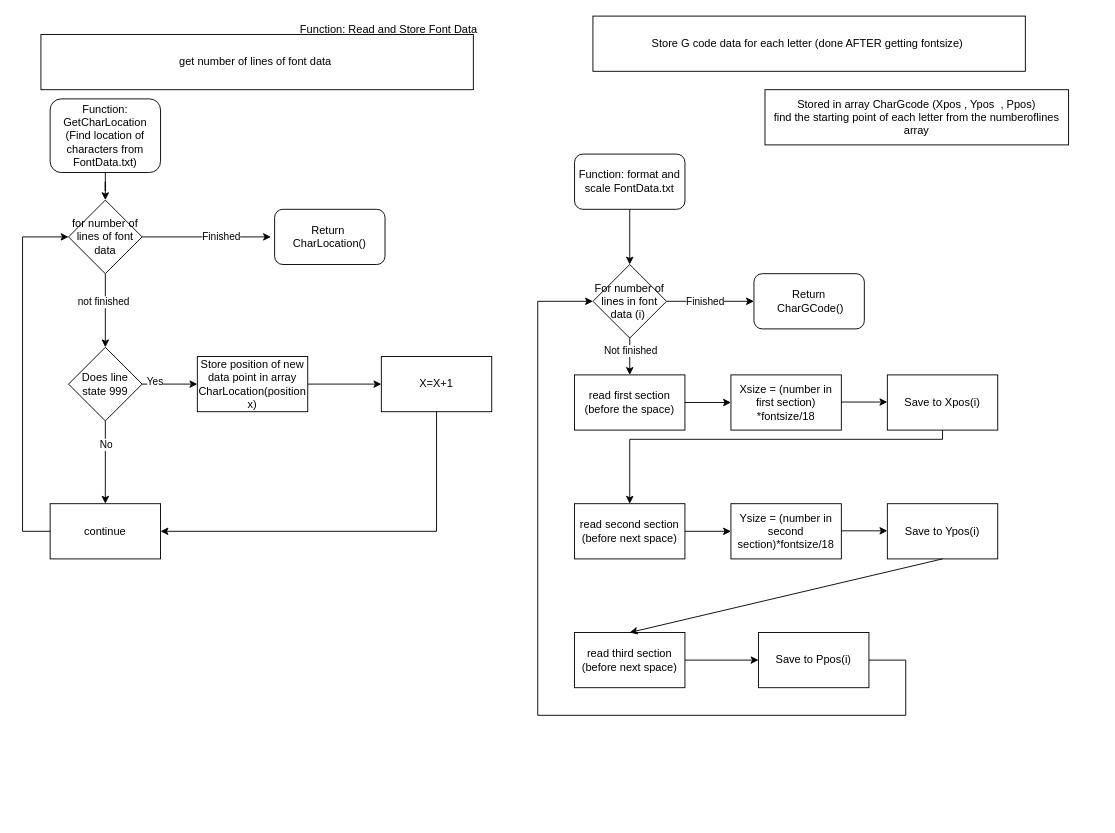
EBlagdon/MMME3085-Coursework-2 keeps this draw.io diagram as CW2 Function Read and store Font Data.drawio. Above is the earlier version. Source tidied: cells renumbered, new cells numbered last; positions are measured from the earlier drawing's top-left corner, leaving out a move shared by most shapes. Both pictures are drawn from the tidied source at 92%, with x=0, y=0 at pixel (22, 16).
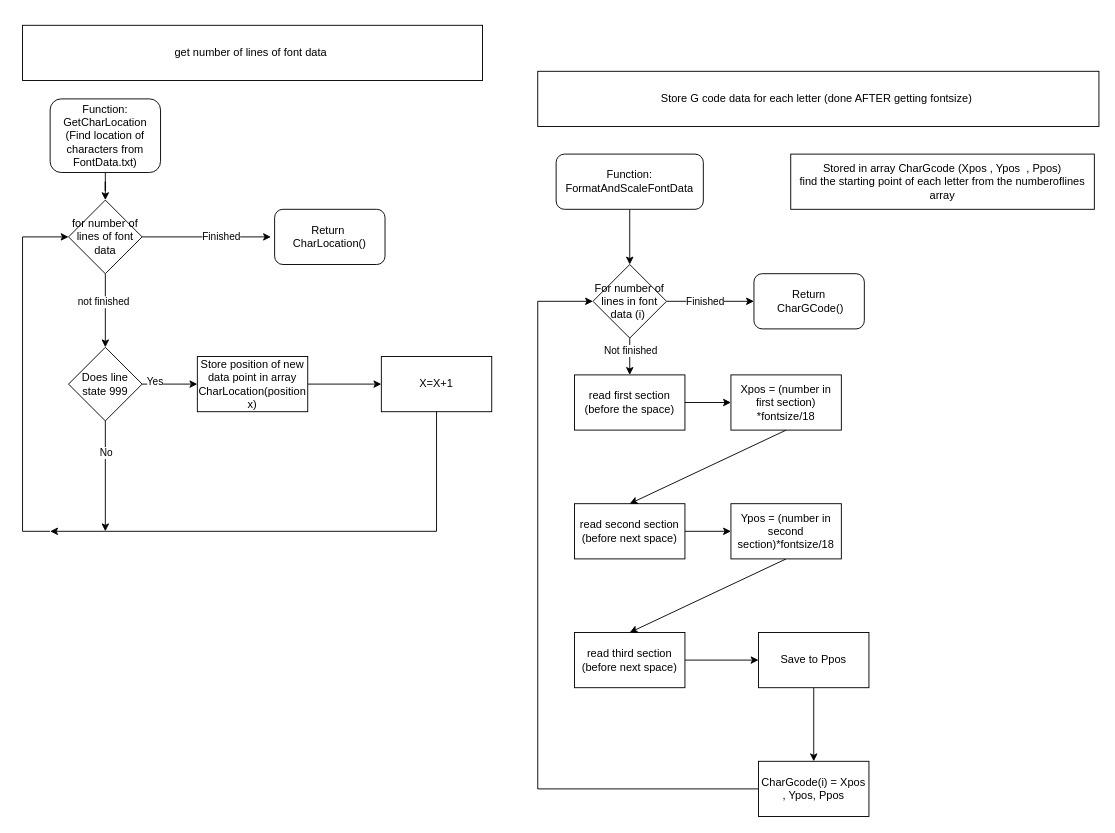
The same diagram, later.

The change refers to these unchanged cells:
```xml
<mxCell id="6" value="for number of lines of font data" style="rhombus;whiteSpace=wrap;html=1;rounded=0;" parent="1" vertex="1">
  <mxGeometry x="50" y="200" width="80" height="80" as="geometry" />
</mxCell>
<mxCell id="11" value="Does line state 999" style="rhombus;whiteSpace=wrap;html=1;rounded=0;" parent="1" vertex="1">
  <mxGeometry x="50" y="360" width="80" height="80" as="geometry" />
</mxCell>
<mxCell id="15" value="X=X+1" style="whiteSpace=wrap;html=1;rounded=0;" parent="1" vertex="1">
  <mxGeometry x="390" y="370" width="120" height="60" as="geometry" />
</mxCell>
<mxCell id="24" value="For number of lines in font data (i)&amp;nbsp;" style="rhombus;whiteSpace=wrap;html=1;" parent="1" vertex="1">
  <mxGeometry x="620" y="270" width="80" height="80" as="geometry" />
</mxCell>
<mxCell id="27" value="read second section (before next space)" style="whiteSpace=wrap;html=1;" parent="1" vertex="1">
  <mxGeometry x="600" y="530" width="120" height="60" as="geometry" />
</mxCell>
```

Diff of the diagram source:
```diff
@@
-    <mxCell id="2" value="Function: Read and Store Font Data&amp;nbsp;" style="text;html=1;whiteSpace=wrap;strokeColor=none;fillColor=none;align=center;verticalAlign=middle;rounded=0;" parent="1" vertex="1">
-      <mxGeometry x="160" width="480" height="30" as="geometry" />
-    </mxCell>
     <mxCell id="3" value="get number of lines of font data&amp;nbsp;" style="rounded=0;whiteSpace=wrap;html=1;" parent="1" vertex="1">
-      <mxGeometry x="20" y="20" width="470" height="60" as="geometry" />
+      <mxGeometry y="10" width="500" height="60" as="geometry" />
     </mxCell>
@@
-    <mxCell id="7" style="edgeStyle=orthogonalEdgeStyle;rounded=0;jettySize=auto;html=1;" parent="1" edge="1" source="11" target="12">
-      <mxGeometry relative="1" as="geometry" />
+    <mxCell id="7" style="edgeStyle=orthogonalEdgeStyle;rounded=0;jettySize=auto;html=1;" parent="1" edge="1" source="11">
+      <mxGeometry relative="1" as="geometry">
+        <mxPoint x="90" y="560" as="targetPoint" />
+      </mxGeometry>
     </mxCell>
@@
-    <mxCell id="12" value="continue" style="whiteSpace=wrap;html=1;rounded=0;" parent="1" vertex="1">
-      <mxGeometry x="30" y="530" width="120" height="60" as="geometry" />
-    </mxCell>
@@
-    <mxCell id="16" style="endArrow=classic;html=1;rounded=0;exitX=0;exitY=0.5;exitDx=0;exitDy=0;entryX=0;entryY=0.5;entryDx=0;entryDy=0;" parent="1" edge="1" source="12" target="6">
+    <mxCell id="16" style="endArrow=classic;html=1;rounded=0;exitX=0;exitY=0.5;exitDx=0;exitDy=0;entryX=0;entryY=0.5;entryDx=0;entryDy=0;" parent="1" edge="1" target="6">
       <mxGeometry relative="1" as="geometry">
+        <mxPoint x="30" y="560" as="sourcePoint" />
         <Array as="points">
           <mxPoint y="560" />
           <mxPoint y="240" />
         </Array>
       </mxGeometry>
     </mxCell>
-    <mxCell id="17" style="endArrow=classic;html=1;rounded=0;exitX=0.5;exitY=1;exitDx=0;exitDy=0;entryX=1;entryY=0.5;entryDx=0;entryDy=0;" parent="1" edge="1" source="15" target="12">
+    <mxCell id="17" style="endArrow=classic;html=1;rounded=0;exitX=0.5;exitY=1;exitDx=0;exitDy=0;" parent="1" edge="1" source="15">
       <mxGeometry relative="1" as="geometry">
+        <mxPoint x="30" y="560" as="targetPoint" />
         <Array as="points">
           <mxPoint x="450" y="560" />
         </Array>
       </mxGeometry>
     </mxCell>
     <mxCell id="18" value="Store G code data for each letter (done AFTER getting fontsize)&amp;nbsp;" style="rounded=0;whiteSpace=wrap;html=1;" parent="1" vertex="1">
-      <mxGeometry x="620" width="470" height="60" as="geometry" />
+      <mxGeometry x="560" y="60" width="610" height="60" as="geometry" />
     </mxCell>
     <mxCell id="19" value="Stored in array CharGcode (Xpos , Ypos&amp;nbsp; , Ppos)&lt;div&gt;find the starting point of each letter from the numberoflines array&lt;/div&gt;" style="rounded=0;whiteSpace=wrap;html=1;" parent="1" vertex="1">
-      <mxGeometry x="807" y="80" width="330" height="60" as="geometry" />
+      <mxGeometry x="835" y="150" width="330" height="60" as="geometry" />
     </mxCell>
@@
-    <mxCell id="26" value="Save to Xpos(i)" style="whiteSpace=wrap;html=1;" parent="1" vertex="1">
-      <mxGeometry x="940" y="390" width="120" height="60" as="geometry" />
-    </mxCell>
@@
-    <mxCell id="28" value="Save to Ypos(i)" style="whiteSpace=wrap;html=1;" parent="1" vertex="1">
-      <mxGeometry x="940" y="530" width="120" height="60" as="geometry" />
-    </mxCell>
@@
+    <mxCell id="49" style="edgeStyle=orthogonalEdgeStyle;rounded=0;jettySize=auto;html=1;" parent="1" edge="1" source="31" target="50">
+      <mxGeometry relative="1" as="geometry" />
+    </mxCell>
-    <mxCell id="31" value="Save to Ppos(i)" style="whiteSpace=wrap;html=1;" parent="1" vertex="1">
+    <mxCell id="31" value="Save to Ppos" style="whiteSpace=wrap;html=1;" parent="1" vertex="1">
       <mxGeometry x="800" y="670" width="120" height="60" as="geometry" />
     </mxCell>
-    <mxCell id="32" style="endArrow=classic;html=1;rounded=0;exitX=1;exitY=0.5;exitDx=0;exitDy=0;entryX=0;entryY=0.5;entryDx=0;entryDy=0;" parent="1" edge="1" source="31" target="24">
-      <mxGeometry relative="1" as="geometry">
-        <Array as="points">
-          <mxPoint x="960" y="700" />
-          <mxPoint x="960" y="760" />
-          <mxPoint x="560" y="760" />
-          <mxPoint x="560" y="310" />
-        </Array>
-      </mxGeometry>
-    </mxCell>
-    <mxCell id="33" style="endArrow=classic;html=1;rounded=0;exitX=0.5;exitY=1;exitDx=0;exitDy=0;entryX=0.5;entryY=0;entryDx=0;entryDy=0;" parent="1" edge="1" source="26" target="27">
-      <mxGeometry relative="1" as="geometry">
-        <Array as="points">
-          <mxPoint x="1000" y="460" />
-          <mxPoint x="660" y="460" />
-        </Array>
-      </mxGeometry>
-    </mxCell>
-    <mxCell id="34" style="endArrow=classic;html=1;rounded=0;exitX=0.5;exitY=1;exitDx=0;exitDy=0;entryX=0.5;entryY=0;entryDx=0;entryDy=0;" parent="1" edge="1" source="28">
+    <mxCell id="34" style="endArrow=classic;html=1;rounded=0;entryX=0.5;entryY=0;entryDx=0;entryDy=0;exitX=0.5;exitY=1;exitDx=0;exitDy=0;" parent="1" edge="1" source="38">
       <mxGeometry relative="1" as="geometry">
         <mxPoint x="660" y="670" as="targetPoint" />
       </mxGeometry>
     </mxCell>
-    <mxCell id="35" value="Xsize = (number in first section) *fontsize/18" style="rounded=0;whiteSpace=wrap;html=1;" parent="1" vertex="1">
+    <mxCell id="35" value="Xpos = (number in first section) *fontsize/18" style="rounded=0;whiteSpace=wrap;html=1;" parent="1" vertex="1">
       <mxGeometry x="770" y="390" width="120" height="60" as="geometry" />
     </mxCell>
@@
-    <mxCell id="37" style="endArrow=classic;html=1;rounded=0;exitX=1;exitY=0.5;exitDx=0;exitDy=0;" parent="1" edge="1">
-      <mxGeometry relative="1" as="geometry">
-        <mxPoint x="890" y="419.5" as="sourcePoint" />
-        <mxPoint x="940" y="419.5" as="targetPoint" />
-      </mxGeometry>
-    </mxCell>
-    <mxCell id="38" value="Ysize = (number in second section)*fontsize/18" style="rounded=0;whiteSpace=wrap;html=1;" parent="1" vertex="1">
+    <mxCell id="38" value="Ypos = (number in second section)*fontsize/18" style="rounded=0;whiteSpace=wrap;html=1;" parent="1" vertex="1">
       <mxGeometry x="770" y="530" width="120" height="60" as="geometry" />
     </mxCell>
@@
-    <mxCell id="40" style="endArrow=classic;html=1;rounded=0;exitX=1;exitY=0.5;exitDx=0;exitDy=0;" parent="1" edge="1">
-      <mxGeometry relative="1" as="geometry">
-        <mxPoint x="890" y="559.5" as="sourcePoint" />
-        <mxPoint x="940" y="559.5" as="targetPoint" />
-      </mxGeometry>
-    </mxCell>
@@
-    <mxCell id="47" value="Function: format and scale FontData.txt" style="rounded=1;whiteSpace=wrap;html=1;" parent="1" vertex="1">
-      <mxGeometry x="600" y="150" width="120" height="60" as="geometry" />
+    <mxCell id="47" value="Function: FormatAndScaleFontData" style="rounded=1;whiteSpace=wrap;html=1;" parent="1" vertex="1">
+      <mxGeometry x="580" y="150" width="160" height="60" as="geometry" />
     </mxCell>
@@
+    <mxCell id="50" value="CharGcode(i) = Xpos , Ypos, Ppos" style="whiteSpace=wrap;html=1;" parent="1" vertex="1">
+      <mxGeometry x="800" y="810" width="120" height="60" as="geometry" />
+    </mxCell>
+    <mxCell id="51" style="endArrow=classic;html=1;rounded=0;exitX=0;exitY=0.5;exitDx=0;exitDy=0;entryX=0;entryY=0.5;entryDx=0;entryDy=0;" parent="1" edge="1" source="50" target="24">
+      <mxGeometry relative="1" as="geometry">
+        <Array as="points">
+          <mxPoint x="560" y="840" />
+          <mxPoint x="560" y="310" />
+        </Array>
+      </mxGeometry>
+    </mxCell>
+    <mxCell id="52" style="endArrow=classic;html=1;rounded=0;entryX=0.5;entryY=0;entryDx=0;entryDy=0;exitX=0.5;exitY=1;exitDx=0;exitDy=0;" parent="1" edge="1">
+      <mxGeometry relative="1" as="geometry">
+        <mxPoint x="830" y="450" as="sourcePoint" />
+        <mxPoint x="660" y="530" as="targetPoint" />
+      </mxGeometry>
+    </mxCell>
```
